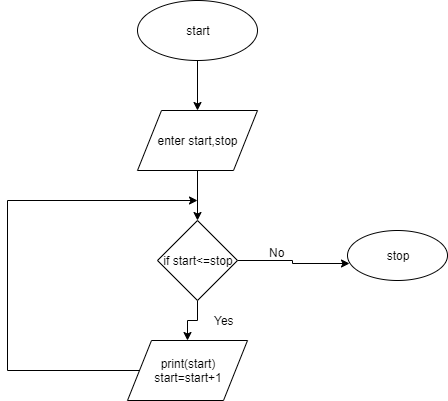
This is WhileLoop_InbetweenNumbers.png from imads33/week1, a draw.io export, as it was before one commit. Source tidied: cells renumbered, new cells last; positions are measured from the earlier drawing's top-left corner, leaving out a move shared by most shapes.
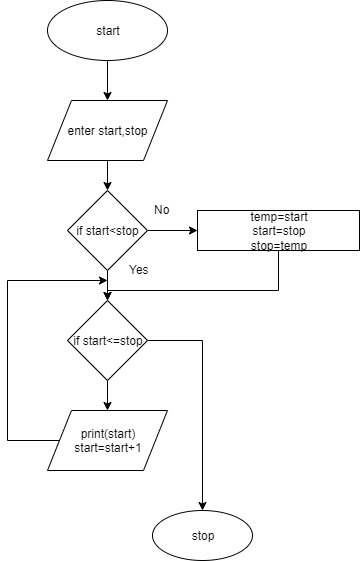
Above is the later version.

Diff of the diagram source:
```diff
@@ -6,43 +6,69 @@
       <mxGeometry relative="1" as="geometry" />
     </mxCell>
     <mxCell id="3" value="start" style="ellipse;whiteSpace=wrap;html=1;" parent="1" vertex="1">
-      <mxGeometry x="130" width="120" height="60" as="geometry" />
+      <mxGeometry x="-60" y="-10" width="120" height="60" as="geometry" />
     </mxCell>
-    <mxCell id="4" style="edgeStyle=orthogonalEdgeStyle;rounded=0;jettySize=auto;html=1;entryX=0.5;entryY=0;entryDx=0;entryDy=0;" parent="1" edge="1" source="5" target="8">
-      <mxGeometry relative="1" as="geometry" />
-    </mxCell>
+    <mxCell id="14" style="edgeStyle=orthogonalEdgeStyle;rounded=0;jettySize=auto;html=1;entryX=0.5;entryY=0;entryDx=0;entryDy=0;" parent="1" edge="1" source="5" target="18">
+      <mxGeometry relative="1" as="geometry" />
+    </mxCell>
     <mxCell id="5" value="enter start,stop" style="shape=parallelogram;perimeter=parallelogramPerimeter;whiteSpace=wrap;html=1;" parent="1" vertex="1">
-      <mxGeometry x="130" y="110" width="120" height="60" as="geometry" />
+      <mxGeometry x="-60" y="90" width="120" height="60" as="geometry" />
     </mxCell>
     <mxCell id="6" style="edgeStyle=orthogonalEdgeStyle;rounded=0;jettySize=auto;html=1;" parent="1" edge="1" source="8" target="10">
       <mxGeometry relative="1" as="geometry" />
     </mxCell>
-    <mxCell id="7" style="edgeStyle=orthogonalEdgeStyle;rounded=0;jettySize=auto;html=1;entryX=0.024;entryY=0.668;entryDx=0;entryDy=0;entryPerimeter=0;" parent="1" edge="1" source="8" target="11">
+    <mxCell id="7" style="edgeStyle=orthogonalEdgeStyle;rounded=0;jettySize=auto;html=1;entryX=0.5;entryY=0;entryDx=0;entryDy=0;" parent="1" edge="1" source="8" target="11">
       <mxGeometry relative="1" as="geometry" />
     </mxCell>
     <mxCell id="8" value="if start&amp;lt;=stop" style="rhombus;whiteSpace=wrap;html=1;" parent="1" vertex="1">
-      <mxGeometry x="150" y="220" width="80" height="80" as="geometry" />
+      <mxGeometry x="-40" y="290" width="80" height="80" as="geometry" />
     </mxCell>
-    <mxCell id="9" style="edgeStyle=orthogonalEdgeStyle;rounded=0;jettySize=auto;html=1;" parent="1" edge="1" source="10">
-      <mxGeometry relative="1" as="geometry">
-        <mxPoint x="190" y="200" as="targetPoint" />
-        <Array as="points">
-          <mxPoint y="370" />
-          <mxPoint y="200" />
-        </Array>
-      </mxGeometry>
-    </mxCell>
+    <mxCell id="15" style="edgeStyle=orthogonalEdgeStyle;rounded=0;jettySize=auto;html=1;exitX=0;exitY=0.5;exitDx=0;exitDy=0;" parent="1" edge="1" source="10">
+      <mxGeometry relative="1" as="geometry">
+        <mxPoint y="270" as="targetPoint" />
+        <Array as="points">
+          <mxPoint x="-100" y="430" />
+          <mxPoint x="-100" y="270" />
+        </Array>
+      </mxGeometry>
+    </mxCell>
     <mxCell id="10" value="print(start)&lt;br&gt;start=start+1" style="shape=parallelogram;perimeter=parallelogramPerimeter;whiteSpace=wrap;html=1;" parent="1" vertex="1">
-      <mxGeometry x="120" y="340" width="120" height="60" as="geometry" />
+      <mxGeometry x="-60" y="400" width="120" height="60" as="geometry" />
     </mxCell>
     <mxCell id="11" value="stop" style="ellipse;whiteSpace=wrap;html=1;" parent="1" vertex="1">
-      <mxGeometry x="340" y="230" width="100" height="50" as="geometry" />
+      <mxGeometry x="45" y="500" width="100" height="50" as="geometry" />
     </mxCell>
     <mxCell id="12" value="No" style="text;html=1;align=left;verticalAlign=top;spacingTop=-4;" parent="1" vertex="1">
-      <mxGeometry x="260" y="243" width="30" height="20" as="geometry" />
+      <mxGeometry x="45" y="190" width="30" height="20" as="geometry" />
     </mxCell>
     <mxCell id="13" value="Yes" style="text;html=1;align=left;verticalAlign=top;spacingTop=-4;" parent="1" vertex="1">
-      <mxGeometry x="205" y="311" width="40" height="20" as="geometry" />
+      <mxGeometry x="20" y="250" width="40" height="20" as="geometry" />
     </mxCell>
+    <mxCell id="16" style="edgeStyle=orthogonalEdgeStyle;rounded=0;jettySize=auto;html=1;entryX=0.5;entryY=0;entryDx=0;entryDy=0;" parent="1" edge="1" source="18" target="8">
+      <mxGeometry relative="1" as="geometry" />
+    </mxCell>
+    <mxCell id="17" style="edgeStyle=orthogonalEdgeStyle;rounded=0;jettySize=auto;html=1;entryX=0;entryY=0.5;entryDx=0;entryDy=0;" parent="1" edge="1" source="18" target="20">
+      <mxGeometry relative="1" as="geometry" />
+    </mxCell>
+    <mxCell id="18" value="if start&amp;lt;stop" style="rhombus;whiteSpace=wrap;html=1;" parent="1" vertex="1">
+      <mxGeometry x="-40" y="180" width="80" height="80" as="geometry" />
+    </mxCell>
+    <mxCell id="19" style="edgeStyle=orthogonalEdgeStyle;rounded=0;jettySize=auto;html=1;" parent="1" edge="1" source="20">
+      <mxGeometry relative="1" as="geometry">
+        <mxPoint y="290" as="targetPoint" />
+        <Array as="points">
+          <mxPoint x="171" y="280" />
+          <mxPoint y="280" />
+        </Array>
+      </mxGeometry>
+    </mxCell>
+    <mxCell id="20" value="temp=start&lt;br&gt;start=stop&lt;br&gt;stop=temp" style="rounded=0;whiteSpace=wrap;html=1;" parent="1" vertex="1">
+      <mxGeometry x="90" y="200" width="162" height="40" as="geometry" />
+    </mxCell>
+    <mxCell id="21" style="edgeStyle=orthogonalEdgeStyle;rounded=0;jettySize=auto;html=1;" parent="1" edge="1" target="x">
+      <mxGeometry relative="1" as="geometry">
+        <mxPoint x="180" y="350" as="sourcePoint" />
+      </mxGeometry>
+    </mxCell>
   </root>
 </mxGraphModel>
```
